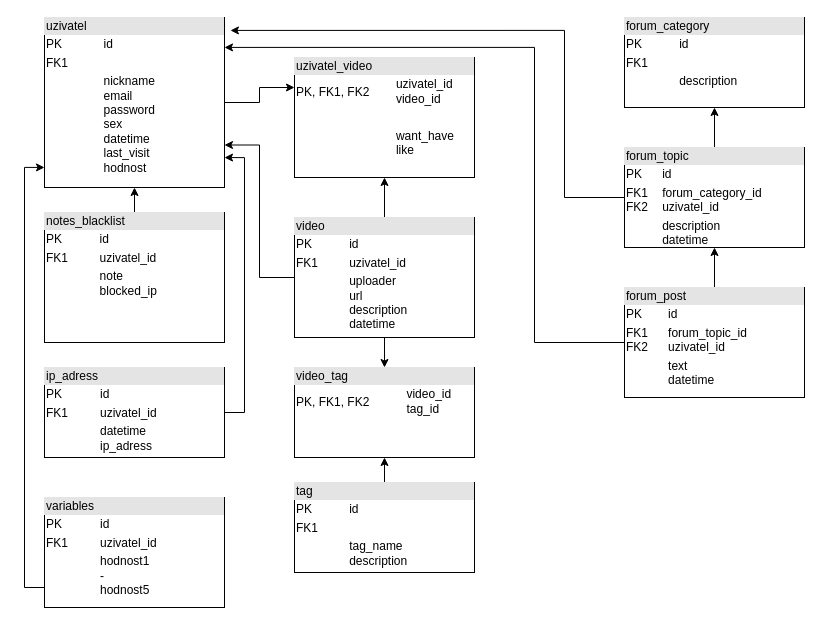
Above: pic/Diagram bez názvu.drawio in Koudislav/koudislav.github.io (draw.io), before the change. Source tidied: cells renumbered, new cells numbered last; positions are measured from the earlier drawing's top-left corner, leaving out a move shared by most shapes. Both pictures are drawn from the tidied source at 100%, with x=0, y=0 at pixel (24, 17).
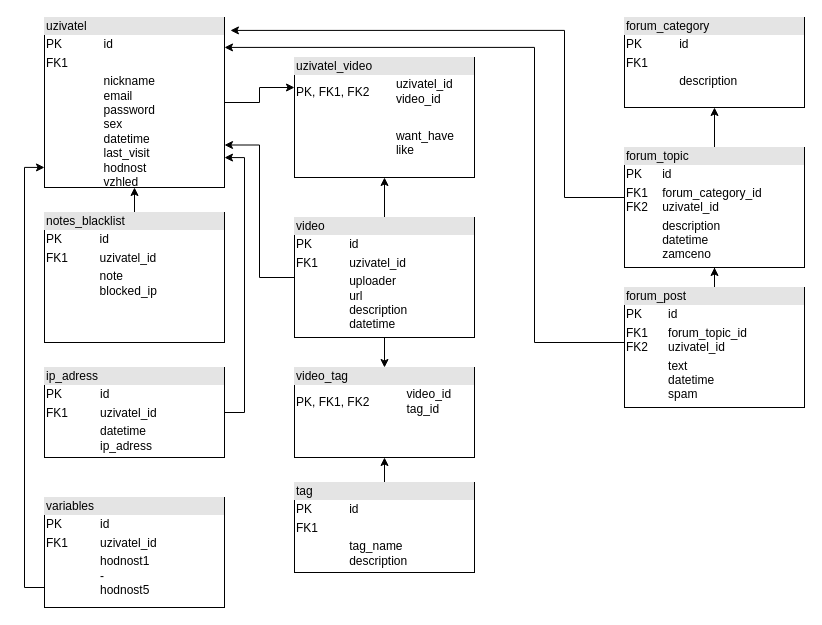
Above is the later version.

What changed in the source:
```diff
@@
-    <mxCell id="3" value="&lt;div style=&quot;box-sizing:border-box;width:100%;background:#e4e4e4;padding:2px;&quot;&gt;uzivatel&lt;/div&gt;&lt;table style=&quot;width:100%;font-size:1em;&quot; cellpadding=&quot;2&quot; cellspacing=&quot;0&quot;&gt;&lt;tbody&gt;&lt;tr&gt;&lt;td&gt;PK&lt;/td&gt;&lt;td&gt;id&lt;/td&gt;&lt;/tr&gt;&lt;tr&gt;&lt;td&gt;FK1&lt;/td&gt;&lt;td&gt;&lt;br&gt;&lt;/td&gt;&lt;/tr&gt;&lt;tr&gt;&lt;td&gt;&lt;/td&gt;&lt;td&gt;nickname&lt;br&gt;email&lt;br&gt;password&lt;br&gt;sex&lt;br&gt;datetime&lt;br&gt;last_visit&lt;br&gt;hodnost&lt;br&gt;&lt;/td&gt;&lt;/tr&gt;&lt;/tbody&gt;&lt;/table&gt;" style="verticalAlign=top;align=left;overflow=fill;html=1;" parent="1" vertex="1">
+    <mxCell id="3" value="&lt;div style=&quot;box-sizing:border-box;width:100%;background:#e4e4e4;padding:2px;&quot;&gt;uzivatel&lt;/div&gt;&lt;table style=&quot;width:100%;font-size:1em;&quot; cellpadding=&quot;2&quot; cellspacing=&quot;0&quot;&gt;&lt;tbody&gt;&lt;tr&gt;&lt;td&gt;PK&lt;/td&gt;&lt;td&gt;id&lt;/td&gt;&lt;/tr&gt;&lt;tr&gt;&lt;td&gt;FK1&lt;/td&gt;&lt;td&gt;&lt;br&gt;&lt;/td&gt;&lt;/tr&gt;&lt;tr&gt;&lt;td&gt;&lt;/td&gt;&lt;td&gt;nickname&lt;br&gt;email&lt;br&gt;password&lt;br&gt;sex&lt;br&gt;datetime&lt;br&gt;last_visit&lt;br&gt;hodnost&lt;br&gt;vzhled&lt;/td&gt;&lt;/tr&gt;&lt;/tbody&gt;&lt;/table&gt;" style="verticalAlign=top;align=left;overflow=fill;html=1;" parent="1" vertex="1">
       <mxGeometry x="20" width="180" height="170" as="geometry" />
     </mxCell>
@@
-    <mxCell id="7" value="&lt;div style=&quot;box-sizing:border-box;width:100%;background:#e4e4e4;padding:2px;&quot;&gt;forum_topic&lt;/div&gt;&lt;table style=&quot;width:100%;font-size:1em;&quot; cellpadding=&quot;2&quot; cellspacing=&quot;0&quot;&gt;&lt;tbody&gt;&lt;tr&gt;&lt;td&gt;PK&lt;/td&gt;&lt;td&gt;id&lt;/td&gt;&lt;/tr&gt;&lt;tr&gt;&lt;td&gt;FK1&lt;br&gt;FK2&lt;/td&gt;&lt;td&gt;forum_category_id&lt;br&gt;uzivatel_id&lt;/td&gt;&lt;/tr&gt;&lt;tr&gt;&lt;td&gt;&lt;/td&gt;&lt;td&gt;description&lt;br&gt;datetime&lt;/td&gt;&lt;/tr&gt;&lt;/tbody&gt;&lt;/table&gt;" style="verticalAlign=top;align=left;overflow=fill;html=1;" parent="1" vertex="1">
-      <mxGeometry x="600" y="130" width="180" height="100" as="geometry" />
+    <mxCell id="7" value="&lt;div style=&quot;box-sizing:border-box;width:100%;background:#e4e4e4;padding:2px;&quot;&gt;forum_topic&lt;/div&gt;&lt;table style=&quot;width:100%;font-size:1em;&quot; cellpadding=&quot;2&quot; cellspacing=&quot;0&quot;&gt;&lt;tbody&gt;&lt;tr&gt;&lt;td&gt;PK&lt;/td&gt;&lt;td&gt;id&lt;/td&gt;&lt;/tr&gt;&lt;tr&gt;&lt;td&gt;FK1&lt;br&gt;FK2&lt;/td&gt;&lt;td&gt;forum_category_id&lt;br&gt;uzivatel_id&lt;/td&gt;&lt;/tr&gt;&lt;tr&gt;&lt;td&gt;&lt;/td&gt;&lt;td&gt;description&lt;br&gt;datetime&lt;br&gt;zamceno&lt;/td&gt;&lt;/tr&gt;&lt;/tbody&gt;&lt;/table&gt;" style="verticalAlign=top;align=left;overflow=fill;html=1;" parent="1" vertex="1">
+      <mxGeometry x="600" y="130" width="180" height="120" as="geometry" />
     </mxCell>
@@
-    <mxCell id="10" value="&lt;div style=&quot;box-sizing:border-box;width:100%;background:#e4e4e4;padding:2px;&quot;&gt;forum_post&lt;br&gt;&lt;/div&gt;&lt;table style=&quot;font-size: 1em; background-color: initial; width: 176px;&quot; cellpadding=&quot;2&quot; cellspacing=&quot;0&quot;&gt;&lt;tbody&gt;&lt;tr&gt;&lt;td&gt;PK&lt;/td&gt;&lt;td&gt;id&lt;/td&gt;&lt;/tr&gt;&lt;tr&gt;&lt;td&gt;FK1&lt;br&gt;FK2&lt;/td&gt;&lt;td&gt;forum_topic_id&lt;br&gt;uzivatel_id&lt;/td&gt;&lt;/tr&gt;&lt;tr&gt;&lt;td&gt;&lt;/td&gt;&lt;td&gt;text&lt;br&gt;datetime&lt;/td&gt;&lt;/tr&gt;&lt;/tbody&gt;&lt;/table&gt;" style="verticalAlign=top;align=left;overflow=fill;html=1;" parent="1" vertex="1">
-      <mxGeometry x="600" y="270" width="180" height="110" as="geometry" />
+    <mxCell id="10" value="&lt;div style=&quot;box-sizing:border-box;width:100%;background:#e4e4e4;padding:2px;&quot;&gt;forum_post&lt;br&gt;&lt;/div&gt;&lt;table style=&quot;font-size: 1em; background-color: initial; width: 176px;&quot; cellpadding=&quot;2&quot; cellspacing=&quot;0&quot;&gt;&lt;tbody&gt;&lt;tr&gt;&lt;td&gt;PK&lt;/td&gt;&lt;td&gt;id&lt;/td&gt;&lt;/tr&gt;&lt;tr&gt;&lt;td&gt;FK1&lt;br&gt;FK2&lt;/td&gt;&lt;td&gt;forum_topic_id&lt;br&gt;uzivatel_id&lt;/td&gt;&lt;/tr&gt;&lt;tr&gt;&lt;td&gt;&lt;/td&gt;&lt;td&gt;text&lt;br&gt;datetime&lt;br&gt;spam&lt;/td&gt;&lt;/tr&gt;&lt;/tbody&gt;&lt;/table&gt;" style="verticalAlign=top;align=left;overflow=fill;html=1;" parent="1" vertex="1">
+      <mxGeometry x="600" y="270" width="180" height="120" as="geometry" />
     </mxCell>
```
